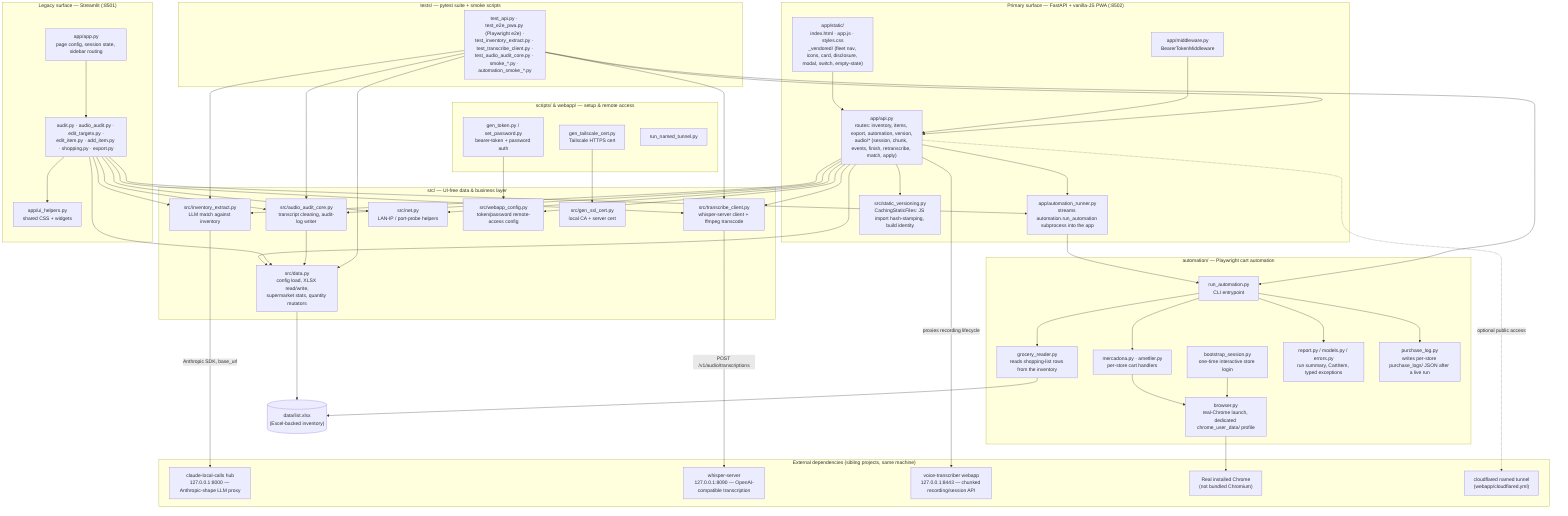
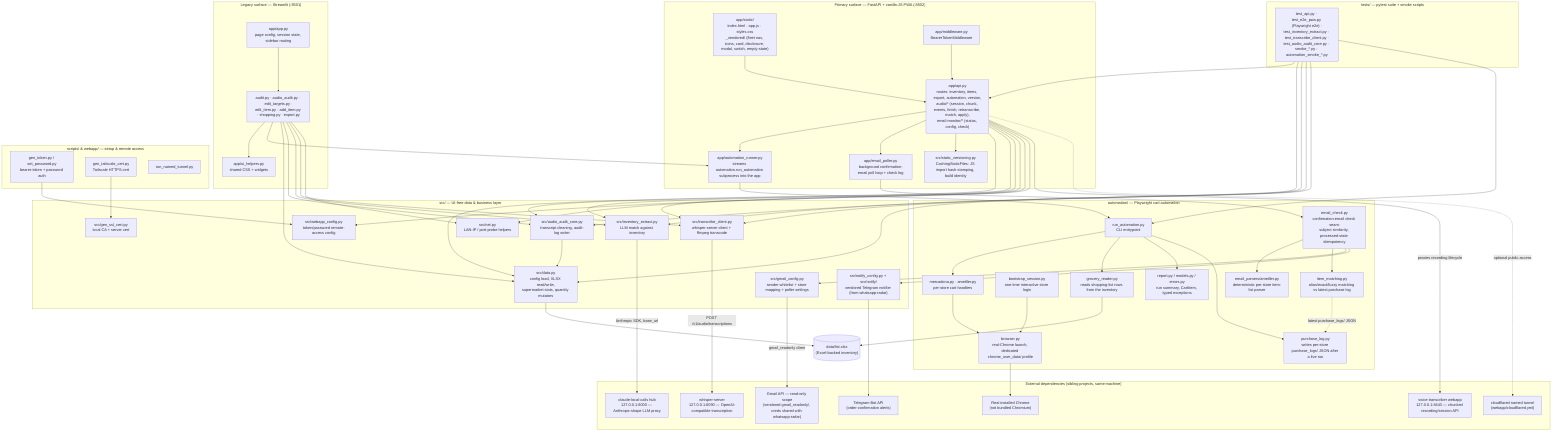
%% docs/architecture.mmd — this repo's own internal structure.
%% Hand-authored, not generated — unlike a fleet-wide crawled map, this
%% repo's own internal shape is semantic and can't be scraped the same way.
%% Update this diagram in the same PR as any material structural change (a
%% new mode/route, a module moved, a new external dependency wired in) —
%% same anti-staleness contract as this repo's own `.fleet.toml` `description`
%% field. See ferraroroberto/fleet-config#256 for the general convention.

flowchart TB
  subgraph frontend["Primary surface — FastAPI + vanilla-JS PWA (:8502)"]
    STATIC["app/static/\nindex.html · app.js · styles.css\n_vendored/ (fleet nav, icons, card, disclosure, modal, switch, empty-state)"]
-     API["app/api.py\nroutes: inventory, items, export, automation, version,\naudio/* (session, chunk, events, finish, retranscribe, match, apply)"]
+     API["app/api.py\nroutes: inventory, items, export, automation, version,\naudio/* (session, chunk, events, finish, retranscribe, match, apply),\nemail-monitor/* (status, config, check)"]
    MW["app/middleware.py\nBearerTokenMiddleware"]
    RUNNER["app/automation_runner.py\nstreams automation.run_automation subprocess into the app"]
+     POLLER["app/email_poller.py\nbackground confirmation-email poll loop + check log"]
    VERSIONING["src/static_versioning.py\nCachingStaticFiles: JS import hash-stamping, build identity"]
    STATIC --> API
    MW --> API
    API --> RUNNER
+     API --> POLLER
    API --> VERSIONING
  end

  subgraph legacy["Legacy surface — Streamlit (:8501)"]
    APPPY["app/app.py\npage config, session state, sidebar routing"]
    MODES["audit.py · audio_audit.py · edit_targets.py ·\nedit_item.py · add_item.py · shopping.py · export.py"]
    UIHELP["app/ui_helpers.py\nshared CSS + widgets"]
    APPPY --> MODES
    MODES --> UIHELP
    MODES --> RUNNER
  end

  subgraph datalayer["src/ — UI-free data & business layer"]
    DATA["src/data.py\nconfig load, XLSX read/write,\nsupermarket stats, quantity mutators"]
    AUDIOCORE["src/audio_audit_core.py\ntranscript cleaning, audit-log writer"]
    EXTRACT["src/inventory_extract.py\nLLM match against inventory"]
    TRANSCRIBE["src/transcribe_client.py\nwhisper-server client + ffmpeg transcode"]
    NET["src/net.py\nLAN-IP / port-probe helpers"]
    WEBCFG["src/webapp_config.py\ntoken/password remote-access config"]
+     GMAILCFG["src/gmail_config.py\nsender whitelist + store mapping + poller settings"]
+     NOTIFYCFG["src/notify_config.py + src/notify/\nvendored Telegram notifier (from whatsapp-radar)"]
    SSL["src/gen_ssl_cert.py\nlocal CA + server cert"]
  end
  API --> DATA
  API --> AUDIOCORE
  API --> EXTRACT
  API --> TRANSCRIBE
  API --> NET
  API --> WEBCFG
  MODES --> DATA
  MODES --> AUDIOCORE
  MODES --> EXTRACT
  MODES --> TRANSCRIBE
  MODES --> NET
  AUDIOCORE --> DATA

  XLSX[("data/list.xlsx\n(Excel-backed inventory)")]
  DATA --> XLSX

  subgraph cartauto["automation/ — Playwright cart automation"]
    RUNAUTO["run_automation.py\nCLI entrypoint"]
    STOREMODS["mercadona.py · ametller.py\nper-store cart handlers"]
    BROWSER["browser.py\nreal-Chrome launch, dedicated chrome_user_data/ profile"]
    BOOTSTRAP["bootstrap_session.py\none-time interactive store login"]
    READER["grocery_reader.py\nreads shopping-list rows from the inventory"]
    REPORT["report.py / models.py / errors.py\nrun summary, CartItem, typed exceptions"]
    PURCHASELOG["purchase_log.py\nwrites per-store purchase_logs/ JSON after a live run"]
+     EMAILCHECK["email_check.py\nconfirmation-email check seam:\nsubject similarity, processed-state idempotency"]
+     EMAILPARSERS["email_parsers/ametller.py\ndeterministic per-store item-list parser"]
+     ITEMMATCH["item_matching.py\nalias/exact/fuzzy matching vs latest purchase log"]
    RUNAUTO --> STOREMODS
    STOREMODS --> BROWSER
    BOOTSTRAP --> BROWSER
    RUNAUTO --> READER
    RUNAUTO --> REPORT
    RUNAUTO --> PURCHASELOG
+     EMAILCHECK --> EMAILPARSERS
+     EMAILCHECK --> ITEMMATCH
  end
  RUNNER --> RUNAUTO
+   POLLER --> EMAILCHECK
+   EMAILCHECK --> GMAILCFG
+   EMAILCHECK --> NOTIFYCFG
+   ITEMMATCH -.->|latest purchase_logs/ JSON| PURCHASELOG
  READER --> XLSX

  subgraph external["External dependencies (sibling projects, same machine)"]
    HUB["claude-local-calls hub\n127.0.0.1:8000 — Anthropic-shape LLM proxy"]
    WHISPER["whisper-server\n127.0.0.1:8090 — OpenAI-compatible transcription"]
    VOICET["voice-transcriber webapp\n127.0.0.1:8443 — chunked recording/session API"]
    CHROME["Real installed Chrome\n(not bundled Chromium)"]
    CLOUDFLARE["cloudflared named tunnel\n(webapp/cloudflared.yml)"]
+     GMAILAPI["Gmail API — read-only scope\n(vendored gmail_readonly/, creds shared with whatsapp-radar)"]
+     TELEGRAM["Telegram Bot API\n(order-confirmation alerts)"]
  end
  EXTRACT -->|Anthropic SDK, base_url| HUB
  TRANSCRIBE -->|POST /v1/audio/transcriptions| WHISPER
  API -->|proxies recording lifecycle| VOICET
  BROWSER --> CHROME
  API -.->|optional public access| CLOUDFLARE
+   GMAILCFG -->|gmail_readonly client| GMAILAPI
+   NOTIFYCFG --> TELEGRAM

  subgraph scripts["scripts/ & webapp/ — setup & remote access"]
    GENTOKEN["gen_token.py / set_password.py\nbearer-token + password auth"]
    TAILCERT["gen_tailscale_cert.py\nTailscale HTTPS cert"]
    TUNNEL["run_named_tunnel.py"]
  end
  GENTOKEN --> WEBCFG
  TAILCERT --> SSL

  subgraph tests["tests/ — pytest suite + smoke scripts"]
    TESTFILES["test_api.py · test_e2e_pwa.py (Playwright e2e) ·\ntest_inventory_extract.py · test_transcribe_client.py ·\ntest_audio_audit_core.py · smoke_*.py · automation_smoke_*.py"]
  end
  TESTFILES --> API
  TESTFILES --> DATA
  TESTFILES --> EXTRACT
  TESTFILES --> TRANSCRIBE
  TESTFILES --> AUDIOCORE
  TESTFILES --> RUNAUTO
